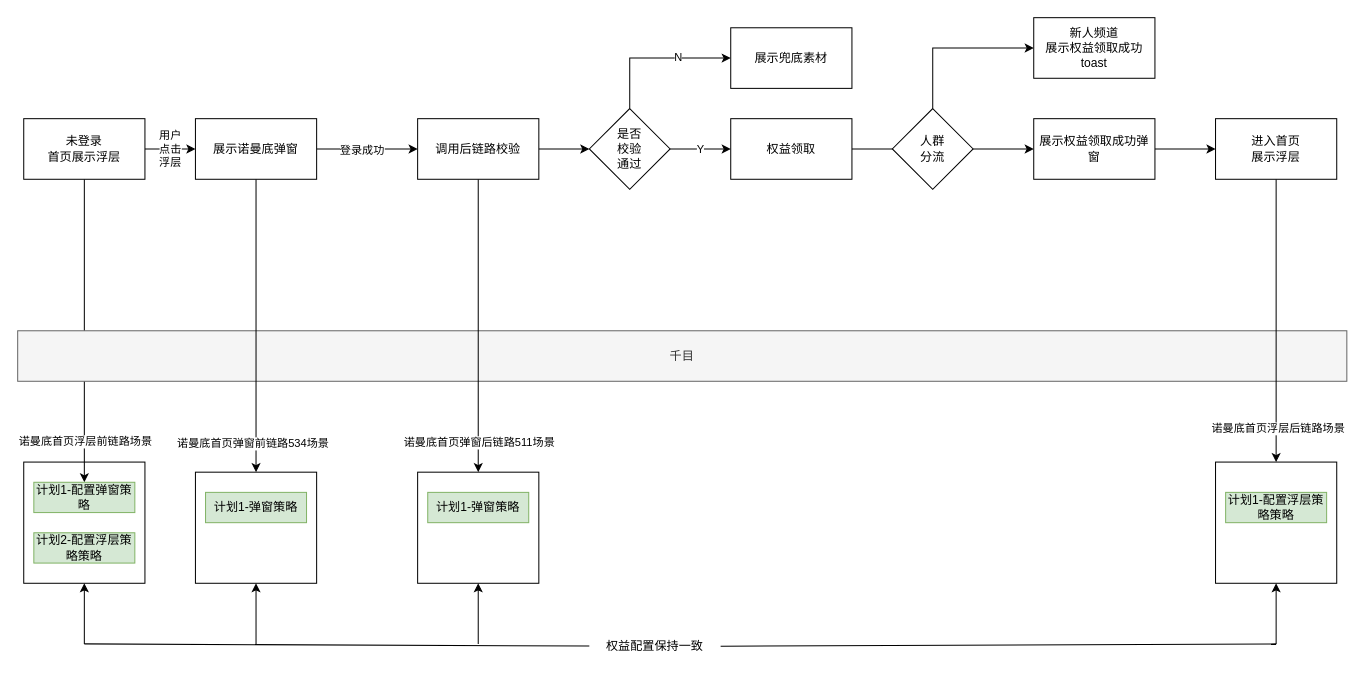
Earlier version of the draw.io diagram 诺曼底首页吸底浮层.drawio (BlankKelly/diagrams). Source tidied: cells renumbered, new cells numbered last; positions are measured from the earlier drawing's top-left corner, leaving out a move shared by most shapes. Both pictures are drawn from the tidied source at 101%, with x=0, y=0 at pixel (17, 17).
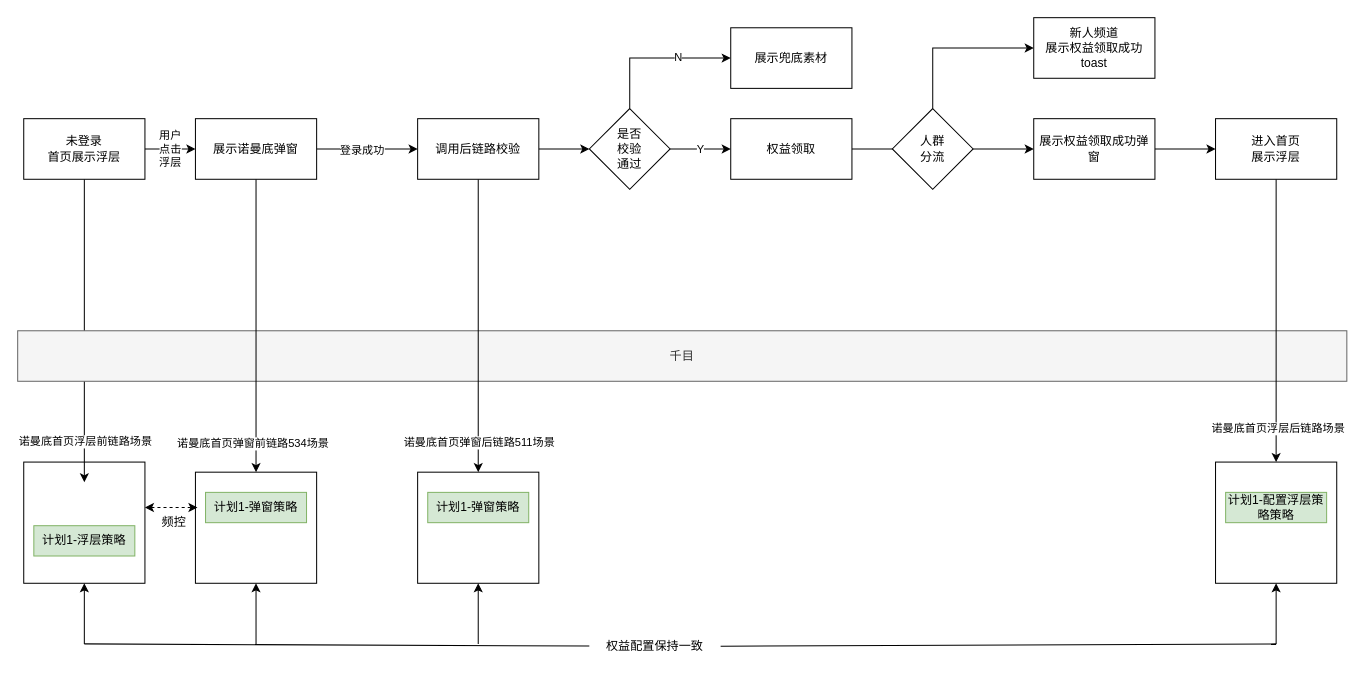
After the change.

Commit message (it also covers changes not shown here):
更新诺曼底首页吸底浮层.drawio

Diff of the diagram source:
```diff
@@
-    <mxCell id="8" value="计划1-配置弹窗策略" style="rounded=0;whiteSpace=wrap;html=1;fillColor=#d5e8d4;strokeColor=#82b366;" parent="1" vertex="1">
-      <mxGeometry x="16" y="460" width="100" height="30" as="geometry" />
-    </mxCell>
-    <mxCell id="9" value="计划2-配置浮层策略策略" style="rounded=0;whiteSpace=wrap;html=1;fillColor=#d5e8d4;strokeColor=#82b366;" parent="1" vertex="1">
-      <mxGeometry x="16" y="510" width="100" height="30" as="geometry" />
+    <mxCell id="9" value="计划1-浮层策略" style="rounded=0;whiteSpace=wrap;html=1;fillColor=#d5e8d4;strokeColor=#82b366;" parent="1" vertex="1">
+      <mxGeometry x="16" y="503" width="100" height="30" as="geometry" />
     </mxCell>
@@
+    <mxCell id="48" style="endArrow=classic;startArrow=classic;html=1;rounded=0;dashed=1;" parent="1" edge="1">
+      <mxGeometry relative="1" as="geometry">
+        <mxPoint x="126" y="485" as="sourcePoint" />
+        <mxPoint x="178" y="485" as="targetPoint" />
+      </mxGeometry>
+    </mxCell>
+    <mxCell id="49" value="频控" style="text;html=1;strokeColor=none;fillColor=none;align=center;verticalAlign=middle;whiteSpace=wrap;rounded=0;" parent="1" vertex="1">
+      <mxGeometry x="140" y="489.5" width="30" height="21" as="geometry" />
+    </mxCell>
```
